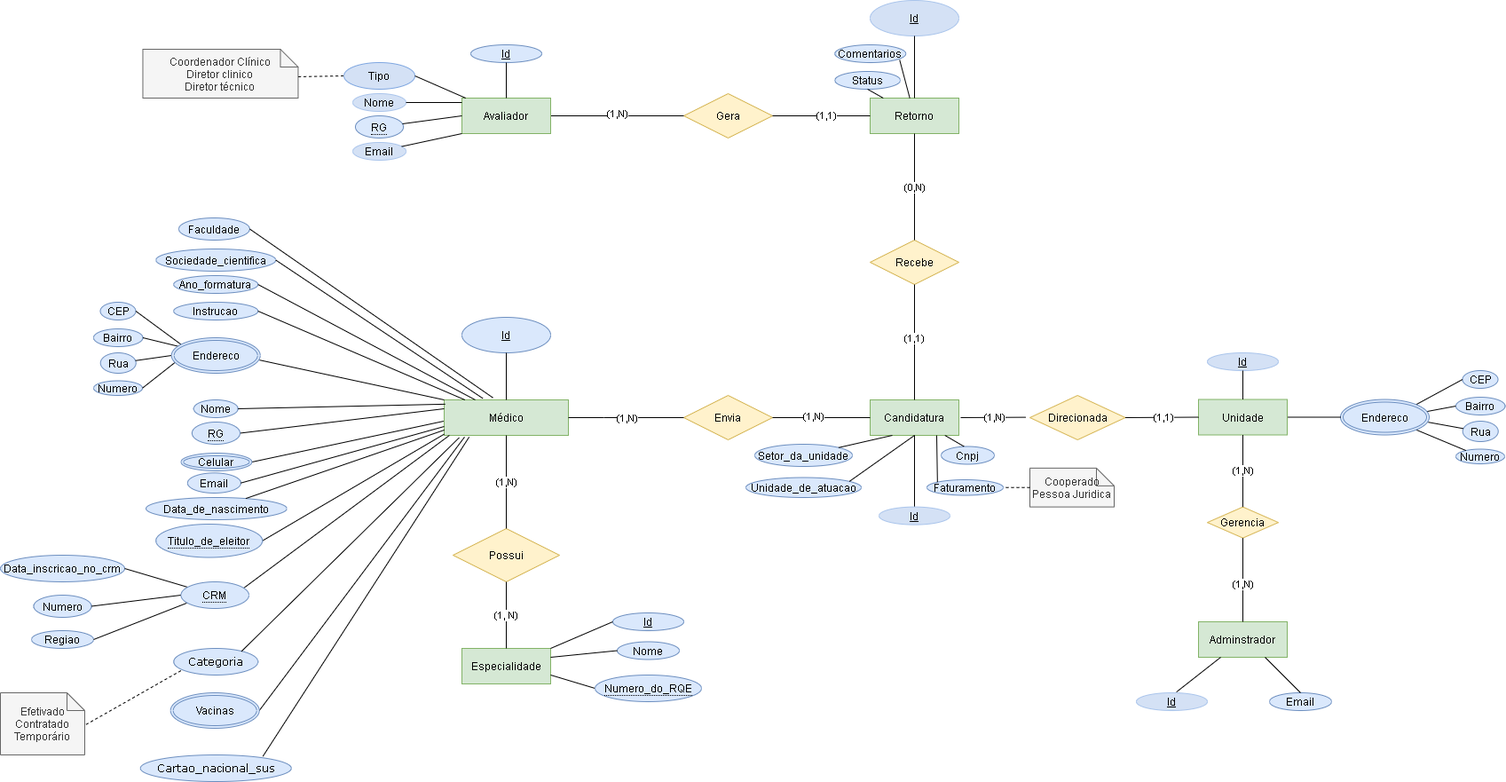
Above: Artefatos/Diagramas/Diagrama de Entidade Relacionamento.png in ICEI-PUC-Minas-PPLES-TI/plf-es-2021-2-ti4-0658100-corpoclinico (draw.io), before the change. Source tidied: cells renumbered, new cells last; positions are measured from the earlier drawing's top-left corner, leaving out a move shared by most shapes.
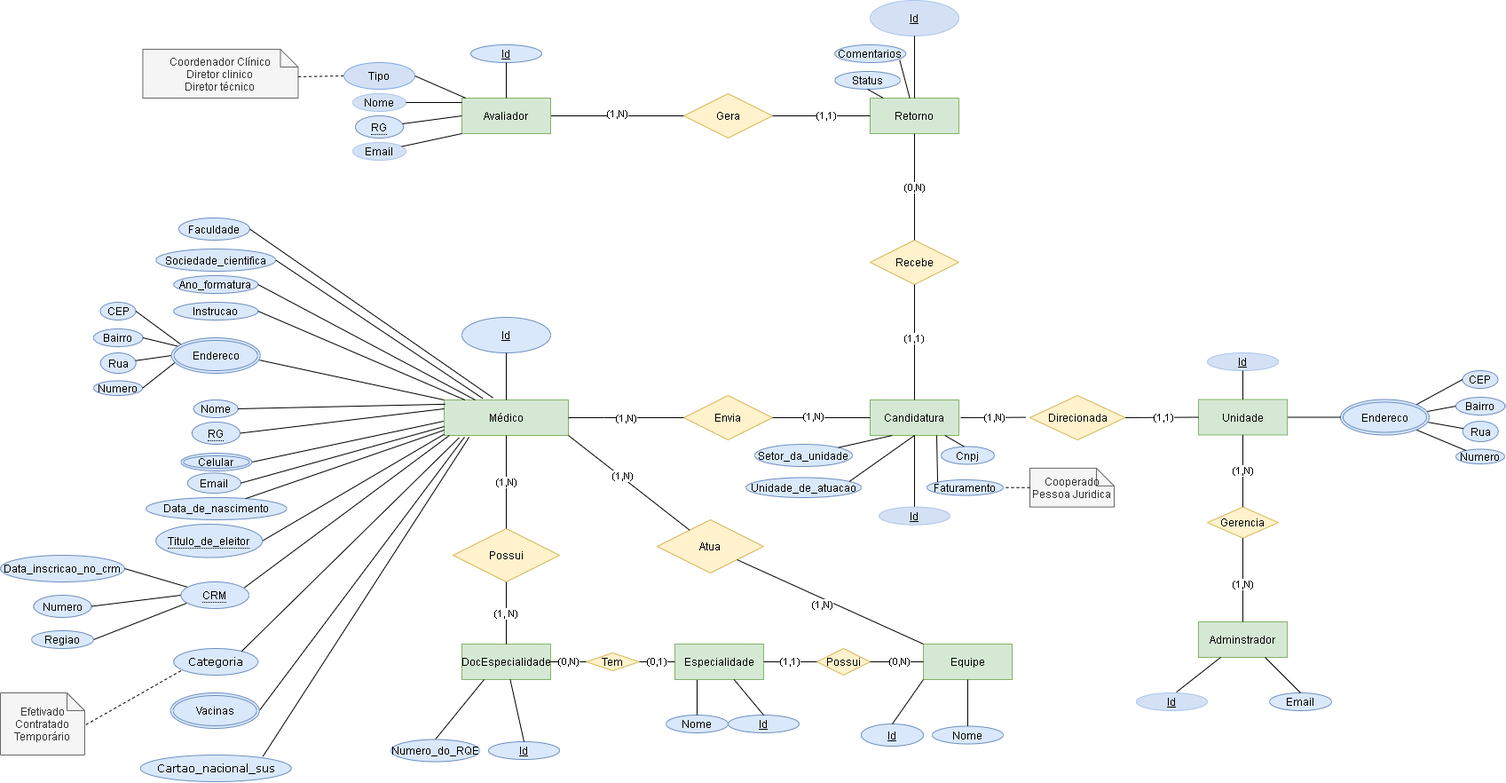
After the commit.

Commit message:
Atualizacao dos Requisitos e Diagramas

Diff of the diagram source:
```diff
@@ -218,16 +218,16 @@
     <mxCell id="69" value="Unidade" style="whiteSpace=wrap;html=1;align=center;fillColor=#d5e8d4;strokeColor=#82b366;" parent="1" vertex="1">
       <mxGeometry x="1350" y="449.5" width="100" height="40" as="geometry" />
     </mxCell>
-    <mxCell id="70" value="Especialidade" style="whiteSpace=wrap;html=1;align=center;fillColor=#d5e8d4;strokeColor=#82b366;" parent="1" vertex="1">
-      <mxGeometry x="520" y="730" width="100" height="40" as="geometry" />
+    <mxCell id="70" value="DocEspecialidade" style="whiteSpace=wrap;html=1;align=center;fillColor=#d5e8d4;strokeColor=#82b366;" parent="1" vertex="1">
+      <mxGeometry x="520" y="725" width="100" height="40" as="geometry" />
     </mxCell>
     <mxCell id="71" value="Nome" style="ellipse;whiteSpace=wrap;html=1;align=center;fillColor=#dae8fc;strokeColor=#6c8ebf;" parent="1" vertex="1">
-      <mxGeometry x="695" y="722.5" width="70" height="20" as="geometry" />
+      <mxGeometry x="750" y="805" width="70" height="20" as="geometry" />
     </mxCell>
-    <mxCell id="72" style="endArrow=none;html=1;rounded=0;exitX=1;exitY=0.25;exitDx=0;exitDy=0;entryX=0;entryY=0.5;entryDx=0;entryDy=0;" parent="1" edge="1" source="70" target="71">
+    <mxCell id="72" style="endArrow=none;html=1;rounded=0;exitX=0.25;exitY=1;exitDx=0;exitDy=0;" parent="1" edge="1" source="151" target="71">
       <mxGeometry relative="1" as="geometry" />
     </mxCell>
-    <mxCell id="73" style="endArrow=none;html=1;rounded=0;exitX=1;exitY=0.75;exitDx=0;exitDy=0;entryX=0;entryY=0.5;entryDx=0;entryDy=0;" parent="1" edge="1" source="70" target="98">
+    <mxCell id="73" style="endArrow=none;html=1;rounded=0;exitX=0.25;exitY=1;exitDx=0;exitDy=0;entryX=0.5;entryY=0;entryDx=0;entryDy=0;" parent="1" edge="1" source="70" target="98">
       <mxGeometry relative="1" as="geometry" />
     </mxCell>
     <mxCell id="74" value="Possui" style="shape=rhombus;perimeter=rhombusPerimeter;whiteSpace=wrap;html=1;align=center;fillColor=#fff2cc;strokeColor=#d6b656;" parent="1" vertex="1">
@@ -306,16 +306,13 @@
     <mxCell id="97" style="endArrow=none;html=1;strokeColor=#000000;fillColor=#000000;" parent="1" edge="1" source="12" target="95">
       <mxGeometry relative="1" as="geometry" />
     </mxCell>
-    <mxCell id="98" value="&lt;span style=&quot;border-bottom: 1px dotted&quot;&gt;Numero_do_RQE&lt;/span&gt;" style="ellipse;whiteSpace=wrap;html=1;align=center;strokeColor=#6c8ebf;fillColor=#dae8fc;" parent="1" vertex="1">
-      <mxGeometry x="670" y="760" width="120" height="30" as="geometry" />
-    </mxCell>
     <mxCell id="99" value="Id" style="ellipse;whiteSpace=wrap;html=1;align=center;fontStyle=4;strokeColor=#6c8ebf;fillColor=#dae8fc;" parent="1" vertex="1">
-      <mxGeometry x="690" y="690" width="80" height="20" as="geometry" />
+      <mxGeometry x="550" y="835" width="80" height="20" as="geometry" />
     </mxCell>
     <mxCell id="100" value="Nome" style="ellipse;whiteSpace=wrap;html=1;strokeColor=#A9C4EB;fillColor=#D4E1F5;" parent="1" vertex="1">
       <mxGeometry x="397" y="105" width="60" height="20" as="geometry" />
     </mxCell>
-    <mxCell id="101" style="endArrow=none;html=1;rounded=0;exitX=1;exitY=0;exitDx=0;exitDy=0;entryX=0;entryY=0.5;entryDx=0;entryDy=0;" parent="1" edge="1" source="70" target="99">
+    <mxCell id="101" style="endArrow=none;html=1;rounded=0;entryX=0.5;entryY=0;entryDx=0;entryDy=0;" parent="1" edge="1" source="70" target="99">
       <mxGeometry relative="1" as="geometry" />
     </mxCell>
     <mxCell id="102" value="Id" style="ellipse;whiteSpace=wrap;html=1;align=center;fontStyle=4;strokeColor=#6c8ebf;fillColor=#dae8fc;" parent="1" vertex="1">
@@ -438,5 +435,72 @@
         <mxPoint x="14" y="1" as="offset" />
       </mxGeometry>
     </mxCell>
+    <mxCell id="138" value="Equipe" style="whiteSpace=wrap;html=1;align=center;fillColor=#d5e8d4;strokeColor=#82b366;" parent="1" vertex="1">
+      <mxGeometry x="1040" y="725" width="100" height="40" as="geometry" />
+    </mxCell>
+    <mxCell id="139" value="Atua" style="shape=rhombus;perimeter=rhombusPerimeter;whiteSpace=wrap;html=1;align=center;fillColor=#fff2cc;strokeColor=#d6b656;" parent="1" vertex="1">
+      <mxGeometry x="740" y="585" width="120" height="60" as="geometry" />
+    </mxCell>
+    <mxCell id="140" style="endArrow=none;html=1;rounded=0;exitX=1;exitY=1;exitDx=0;exitDy=0;" parent="1" edge="1" source="2" target="139">
+      <mxGeometry relative="1" as="geometry" />
+    </mxCell>
+    <mxCell id="141" value="(1,N)" style="edgeLabel;html=1;align=center;verticalAlign=middle;" parent="140" vertex="1">
+      <mxGeometry x="-0.13" y="1" relative="1" as="geometry" />
+    </mxCell>
+    <mxCell id="142" style="endArrow=none;html=1;rounded=0;exitX=1;exitY=1;exitDx=0;exitDy=0;entryX=0;entryY=0;entryDx=0;entryDy=0;" parent="1" edge="1" source="139" target="138">
+      <mxGeometry relative="1" as="geometry" />
+    </mxCell>
+    <mxCell id="143" value="(1,N)" style="edgeLabel;html=1;align=center;verticalAlign=middle;" parent="142" vertex="1">
+      <mxGeometry x="-0.32" y="2" relative="1" as="geometry">
+        <mxPoint x="23" y="20" as="offset" />
+      </mxGeometry>
+    </mxCell>
+    <mxCell id="144" value="Id" style="ellipse;whiteSpace=wrap;html=1;align=center;fontStyle=4;fillColor=#dae8fc;strokeColor=#6c8ebf;" parent="1" vertex="1">
+      <mxGeometry x="970" y="815" width="70" height="25" as="geometry" />
+    </mxCell>
+    <mxCell id="145" value="Nome" style="ellipse;whiteSpace=wrap;html=1;align=center;fillColor=#dae8fc;strokeColor=#6c8ebf;" parent="1" vertex="1">
+      <mxGeometry x="1050" y="817.5" width="80" height="20" as="geometry" />
+    </mxCell>
+    <mxCell id="146" value="Possui" style="shape=rhombus;perimeter=rhombusPerimeter;whiteSpace=wrap;html=1;align=center;fillColor=#fff2cc;strokeColor=#d6b656;" parent="1" vertex="1">
+      <mxGeometry x="920" y="730" width="60" height="30" as="geometry" />
+    </mxCell>
+    <mxCell id="147" style="endArrow=none;html=1;rounded=0;exitX=1;exitY=0.5;exitDx=0;exitDy=0;entryX=0;entryY=0.5;entryDx=0;entryDy=0;" parent="1" edge="1" source="146" target="138">
+      <mxGeometry relative="1" as="geometry" />
+    </mxCell>
+    <mxCell id="148" value="(0,N)" style="edgeLabel;html=1;align=center;verticalAlign=middle;" parent="147" vertex="1">
+      <mxGeometry x="-0.2" y="2" relative="1" as="geometry">
+        <mxPoint x="8" y="2" as="offset" />
+      </mxGeometry>
+    </mxCell>
+    <mxCell id="149" style="endArrow=none;html=1;rounded=0;entryX=0;entryY=1;entryDx=0;entryDy=0;exitX=0.5;exitY=0;exitDx=0;exitDy=0;" parent="1" edge="1" source="144" target="138">
+      <mxGeometry relative="1" as="geometry" />
+    </mxCell>
+    <mxCell id="150" style="endArrow=none;html=1;rounded=0;exitX=0.5;exitY=1;exitDx=0;exitDy=0;entryX=0.5;entryY=0;entryDx=0;entryDy=0;" parent="1" edge="1" source="138" target="145">
+      <mxGeometry relative="1" as="geometry" />
+    </mxCell>
+    <mxCell id="151" value="Especialidade" style="whiteSpace=wrap;html=1;align=center;fillColor=#d5e8d4;strokeColor=#82b366;" parent="1" vertex="1">
+      <mxGeometry x="760" y="725" width="100" height="40" as="geometry" />
+    </mxCell>
+    <mxCell id="152" value="Tem" style="shape=rhombus;perimeter=rhombusPerimeter;whiteSpace=wrap;html=1;align=center;fillColor=#fff2cc;strokeColor=#d6b656;" parent="1" vertex="1">
+      <mxGeometry x="660" y="735" width="60" height="20" as="geometry" />
+    </mxCell>
+    <mxCell id="153" value="(0,N)" style="endArrow=none;html=1;rounded=0;exitX=1;exitY=0.5;exitDx=0;exitDy=0;entryX=0;entryY=0.5;entryDx=0;entryDy=0;" parent="1" edge="1" source="70" target="152">
+      <mxGeometry relative="1" as="geometry" />
+    </mxCell>
+    <mxCell id="154" value="(0,1)" style="endArrow=none;html=1;rounded=0;exitX=1;exitY=0.5;exitDx=0;exitDy=0;entryX=0;entryY=0.5;entryDx=0;entryDy=0;" parent="1" edge="1" source="152" target="151">
+      <mxGeometry relative="1" as="geometry" />
+    </mxCell>
+    <mxCell id="155" value="(1,1)" style="endArrow=none;html=1;rounded=0;exitX=1;exitY=0.5;exitDx=0;exitDy=0;entryX=0;entryY=0.5;entryDx=0;entryDy=0;" parent="1" edge="1" source="151" target="146">
+      <mxGeometry relative="1" as="geometry" />
+    </mxCell>
+    <mxCell id="98" value="Numero_do_RQE" style="ellipse;whiteSpace=wrap;html=1;align=center;fillColor=#dae8fc;strokeColor=#6c8ebf;" parent="1" vertex="1">
+      <mxGeometry x="440" y="832.5" width="100" height="25" as="geometry" />
+    </mxCell>
+    <mxCell id="156" value="Id" style="ellipse;whiteSpace=wrap;html=1;align=center;fontStyle=4;strokeColor=#6c8ebf;fillColor=#dae8fc;" parent="1" vertex="1">
+      <mxGeometry x="820" y="805" width="80" height="20" as="geometry" />
+    </mxCell>
+    <mxCell id="157" style="endArrow=none;html=1;rounded=0;entryX=0.5;entryY=0;entryDx=0;entryDy=0;" parent="1" edge="1" source="151" target="156">
+      <mxGeometry relative="1" as="geometry" />
+    </mxCell>
   </root>
 </mxGraphModel>
```
